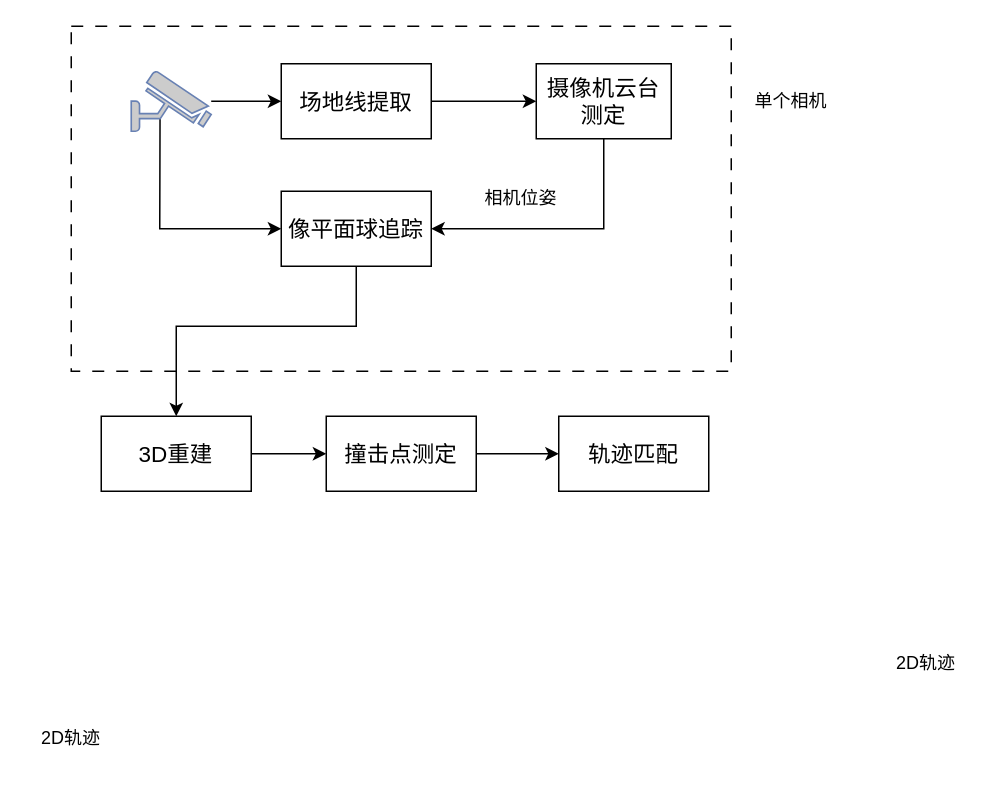
The draw.io diagram Untitled Diagram.drawio in debeetle/Drawio, before the edit. Source tidied: cells renumbered, new cells numbered last; positions are measured from the earlier drawing's top-left corner, leaving out a move shared by most shapes. Both pictures are drawn from the tidied source at 150%, with x=0, y=0 at pixel (26, 26).
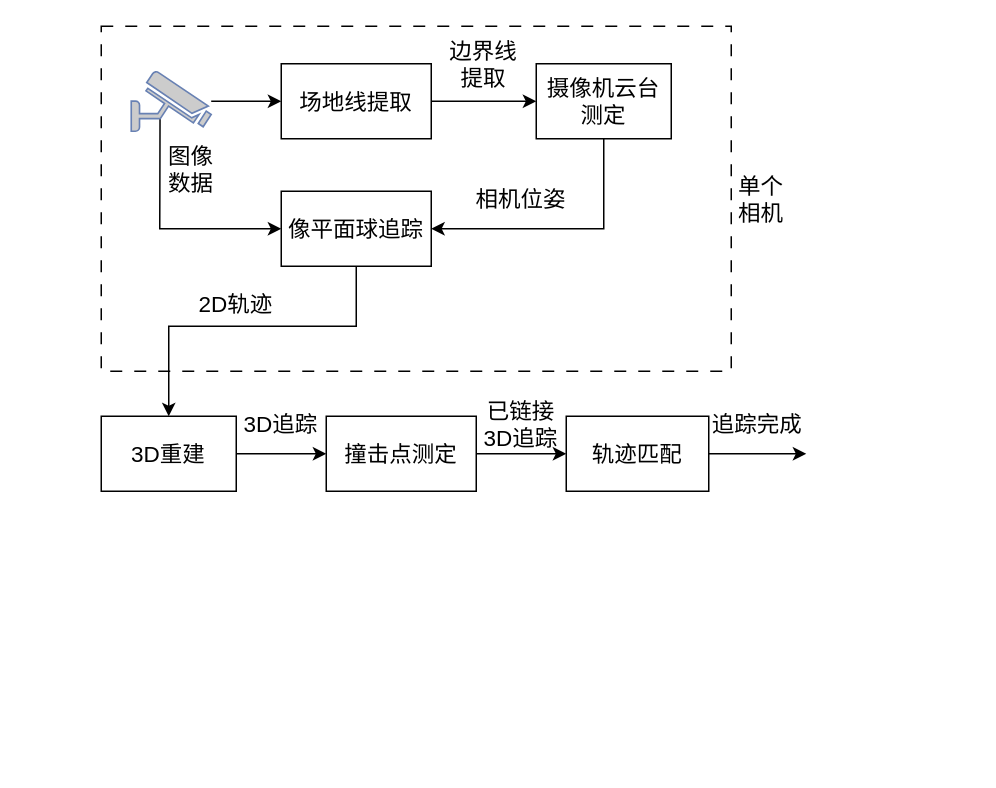
After the change.

The edit, as a diff of the source:
```diff
@@
     <mxCell id="2" style="rounded=0;whiteSpace=wrap;html=1;fillColor=none;dashed=1;dashPattern=8 8;" parent="1" vertex="1">
-      <mxGeometry x="30" width="440" height="230" as="geometry" />
+      <mxGeometry x="50" width="420" height="230" as="geometry" />
     </mxCell>
@@
-    <mxCell id="9" value="&lt;font face=&quot;STZhongsong&quot;&gt;单个相机&lt;/font&gt;" style="text;html=1;align=center;verticalAlign=middle;whiteSpace=wrap;rounded=0;" parent="1" vertex="1">
-      <mxGeometry x="480" y="35" width="60" height="30" as="geometry" />
+    <mxCell id="9" value="&lt;font face=&quot;STZhongsong&quot; style=&quot;font-size: 15px;&quot;&gt;单个相机&lt;/font&gt;" style="text;html=1;align=center;verticalAlign=middle;whiteSpace=wrap;rounded=0;fontSize=15;" parent="1" vertex="1">
+      <mxGeometry x="470" y="87.5" width="40" height="55" as="geometry" />
     </mxCell>
@@
     <mxCell id="11" value="&lt;font style=&quot;font-size: 15px;&quot; face=&quot;STZhongsong&quot;&gt;3D重建&lt;/font&gt;" style="rounded=0;whiteSpace=wrap;html=1;fillColor=none;" parent="1" vertex="1">
-      <mxGeometry x="50" y="260" width="100" height="50" as="geometry" />
+      <mxGeometry x="50" y="260" width="90" height="50" as="geometry" />
     </mxCell>
@@
-    <mxCell id="14" value="&lt;font face=&quot;STZhongsong&quot;&gt;2D轨迹&lt;/font&gt;" style="text;html=1;align=center;verticalAlign=middle;whiteSpace=wrap;rounded=0;" parent="1" vertex="1">
-      <mxGeometry y="460" width="60" height="30" as="geometry" />
+    <mxCell id="14" value="&lt;font style=&quot;font-size: 15px;&quot; face=&quot;STZhongsong&quot;&gt;2D轨迹&lt;/font&gt;" style="text;html=1;align=center;verticalAlign=middle;whiteSpace=wrap;rounded=0;" parent="1" vertex="1">
+      <mxGeometry x="110" y="170" width="60" height="30" as="geometry" />
     </mxCell>
+    <mxCell id="21" style="edgeStyle=orthogonalEdgeStyle;rounded=0;jettySize=auto;html=1;exitX=1;exitY=0.5;exitDx=0;exitDy=0;" parent="1" edge="1" source="15">
+      <mxGeometry relative="1" as="geometry">
+        <mxPoint x="520" y="285" as="targetPoint" />
+      </mxGeometry>
+    </mxCell>
     <mxCell id="15" value="&lt;font face=&quot;STZhongsong&quot; style=&quot;font-size: 15px;&quot;&gt;轨迹匹配&lt;/font&gt;" style="rounded=0;whiteSpace=wrap;html=1;fillColor=none;fontSize=15;" parent="1" vertex="1">
-      <mxGeometry x="355" y="260" width="100" height="50" as="geometry" />
+      <mxGeometry x="360" y="260" width="95" height="50" as="geometry" />
     </mxCell>
-    <mxCell id="16" value="&lt;font face=&quot;STZhongsong&quot;&gt;2D轨迹&lt;/font&gt;" style="text;html=1;align=center;verticalAlign=middle;whiteSpace=wrap;rounded=0;" parent="1" vertex="1">
-      <mxGeometry x="570" y="410" width="60" height="30" as="geometry" />
+    <mxCell id="16" value="&lt;font style=&quot;font-size: 15px;&quot; face=&quot;STZhongsong&quot;&gt;追踪完成&lt;/font&gt;" style="text;html=1;align=center;verticalAlign=middle;whiteSpace=wrap;rounded=0;" parent="1" vertex="1">
+      <mxGeometry x="455" y="250" width="65" height="30" as="geometry" />
     </mxCell>
@@
-    <mxCell id="20" value="&lt;font face=&quot;STZhongsong&quot;&gt;相机位姿&lt;/font&gt;" style="text;html=1;align=center;verticalAlign=middle;whiteSpace=wrap;rounded=0;" parent="1" vertex="1">
-      <mxGeometry x="300" y="100" width="60" height="30" as="geometry" />
+    <mxCell id="20" value="&lt;font style=&quot;font-size: 15px;&quot; face=&quot;STZhongsong&quot;&gt;相机位姿&lt;/font&gt;" style="text;html=1;align=center;verticalAlign=middle;whiteSpace=wrap;rounded=0;" parent="1" vertex="1">
+      <mxGeometry x="295" y="100" width="70" height="30" as="geometry" />
     </mxCell>
+    <mxCell id="22" value="&lt;font style=&quot;font-size: 15px;&quot; face=&quot;STZhongsong&quot;&gt;3D追踪&lt;/font&gt;" style="text;html=1;align=center;verticalAlign=middle;whiteSpace=wrap;rounded=0;" parent="1" vertex="1">
+      <mxGeometry x="140" y="250" width="60" height="30" as="geometry" />
+    </mxCell>
+    <mxCell id="23" value="&lt;font style=&quot;font-size: 15px;&quot; face=&quot;STZhongsong&quot;&gt;已链接3D追踪&lt;/font&gt;" style="text;html=1;align=center;verticalAlign=middle;whiteSpace=wrap;rounded=0;" parent="1" vertex="1">
+      <mxGeometry x="300" y="250" width="60" height="30" as="geometry" />
+    </mxCell>
+    <mxCell id="24" value="&lt;font face=&quot;STZhongsong&quot;&gt;图像数据&lt;/font&gt;" style="text;html=1;align=center;verticalAlign=middle;whiteSpace=wrap;rounded=0;fontSize=15;" parent="1" vertex="1">
+      <mxGeometry x="90" y="60" width="40" height="70" as="geometry" />
+    </mxCell>
+    <mxCell id="25" value="&lt;font style=&quot;font-size: 15px;&quot; face=&quot;STZhongsong&quot;&gt;边界线提取&lt;/font&gt;" style="text;html=1;align=center;verticalAlign=middle;whiteSpace=wrap;rounded=0;" parent="1" vertex="1">
+      <mxGeometry x="280" y="10" width="50" height="30" as="geometry" />
+    </mxCell>
```
